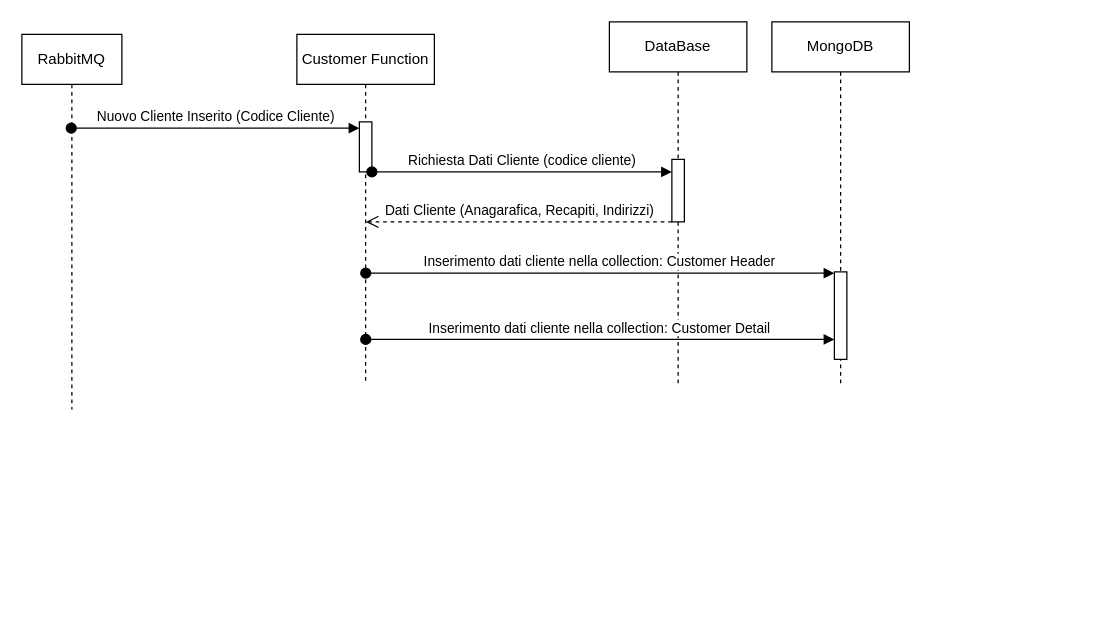
Earlier version of the draw.io diagram page "Azure Function - Nuovo Cliente" (9 of 14) of Documentazione/Tesi/Diagrammi/Architettura.drawio (speaking-codes/QuickApp). Source tidied: cells renumbered, new cells numbered last; positions are measured from the earlier drawing's top-left corner, leaving out a move shared by most shapes. Both pictures are drawn from the tidied source at 125%, with x=0, y=0 at pixel (21, 21).
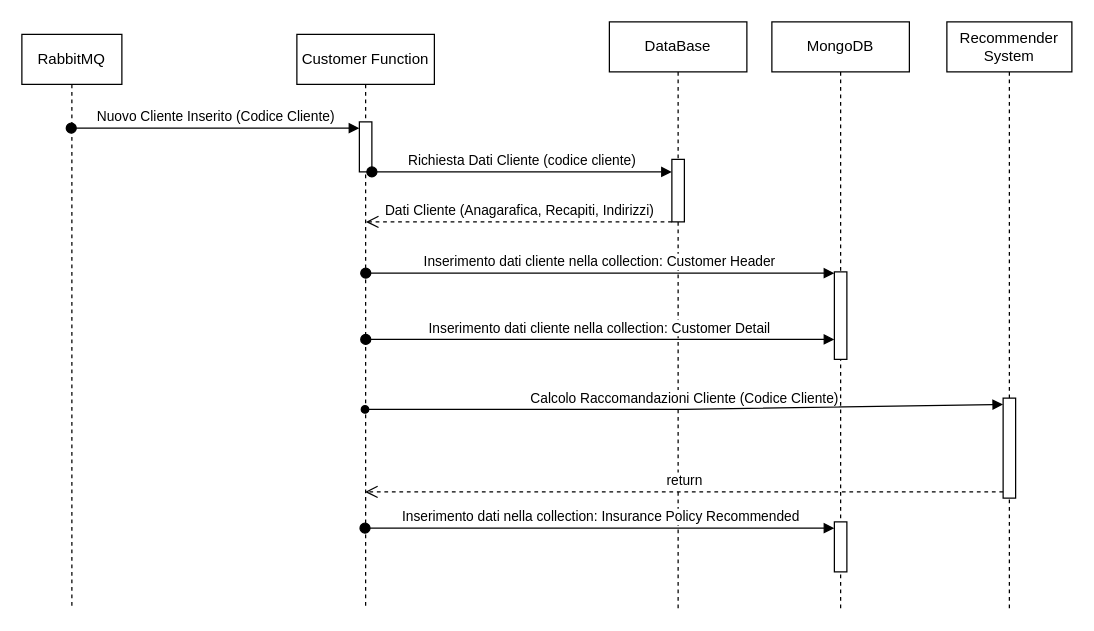
After the change.

What changed in the source:
```diff
@@
     <mxCell id="2" value="RabbitMQ" style="shape=umlLifeline;perimeter=lifelinePerimeter;whiteSpace=wrap;html=1;outlineConnect=0;portConstraint=eastwest;newEdgeStyle={&quot;curved&quot;:0,&quot;rounded&quot;:0};" parent="1" vertex="1">
-      <mxGeometry y="10" width="80" height="300" as="geometry" />
+      <mxGeometry y="10" width="80" height="460" as="geometry" />
     </mxCell>
     <mxCell id="3" value="Customer Function" style="shape=umlLifeline;perimeter=lifelinePerimeter;whiteSpace=wrap;html=1;outlineConnect=0;portConstraint=eastwest;newEdgeStyle={&quot;curved&quot;:0,&quot;rounded&quot;:0};" parent="1" vertex="1">
-      <mxGeometry x="220" y="10" width="110" height="280" as="geometry" />
+      <mxGeometry x="220" y="10" width="110" height="460" as="geometry" />
     </mxCell>
@@
     <mxCell id="6" value="DataBase" style="shape=umlLifeline;perimeter=lifelinePerimeter;whiteSpace=wrap;html=1;newEdgeStyle={&quot;curved&quot;:0,&quot;rounded&quot;:0};" parent="1" vertex="1">
-      <mxGeometry x="470" width="110" height="290" as="geometry" />
+      <mxGeometry x="470" width="110" height="470" as="geometry" />
     </mxCell>
@@
     <mxCell id="10" value="MongoDB" style="shape=umlLifeline;perimeter=lifelinePerimeter;whiteSpace=wrap;html=1;newEdgeStyle={&quot;curved&quot;:0,&quot;rounded&quot;:0};" parent="1" vertex="1">
-      <mxGeometry x="600" width="110" height="290" as="geometry" />
+      <mxGeometry x="600" width="110" height="470" as="geometry" />
     </mxCell>
@@
+    <mxCell id="14" style="html=1;points=[[0,0,0,0,5],[0,1,0,0,-5],[1,0,0,0,5],[1,1,0,0,-5]];perimeter=orthogonalPerimeter;outlineConnect=0;targetShapes=umlLifeline;portConstraint=eastwest;newEdgeStyle={&quot;curved&quot;:0,&quot;rounded&quot;:0};" parent="10" vertex="1">
+      <mxGeometry x="50" y="400" width="10" height="40" as="geometry" />
+    </mxCell>
@@
+    <mxCell id="15" value="Recommender&lt;br&gt;System" style="shape=umlLifeline;perimeter=lifelinePerimeter;whiteSpace=wrap;html=1;newEdgeStyle={&quot;curved&quot;:0,&quot;rounded&quot;:0};" parent="1" vertex="1">
+      <mxGeometry x="740" width="100" height="470" as="geometry" />
+    </mxCell>
+    <mxCell id="16" style="html=1;points=[[0,0,0,0,5],[0,1,0,0,-5],[1,0,0,0,5],[1,1,0,0,-5]];perimeter=orthogonalPerimeter;outlineConnect=0;targetShapes=umlLifeline;portConstraint=eastwest;newEdgeStyle={&quot;curved&quot;:0,&quot;rounded&quot;:0};" parent="15" vertex="1">
+      <mxGeometry x="45" y="301" width="10" height="80" as="geometry" />
+    </mxCell>
+    <mxCell id="17" value="Calcolo Raccomandazioni Cliente (Codice Cliente)" style="html=1;verticalAlign=bottom;endArrow=block;curved=0;rounded=0;entryX=0;entryY=0;entryDx=0;entryDy=5;startArrow=oval;startFill=1;" parent="1" edge="1" source="3" target="16">
+      <mxGeometry relative="1" as="geometry">
+        <Array as="points">
+          <mxPoint x="530" y="310" />
+        </Array>
+      </mxGeometry>
+    </mxCell>
+    <mxCell id="18" value="return" style="html=1;verticalAlign=bottom;endArrow=open;dashed=1;endSize=8;curved=0;rounded=0;exitX=0;exitY=1;exitDx=0;exitDy=-5;" parent="1" edge="1" source="16" target="3">
+      <mxGeometry relative="1" as="geometry" />
+    </mxCell>
+    <mxCell id="19" value="Inserimento dati nella collection: Insurance Policy Recommended" style="html=1;verticalAlign=bottom;startArrow=oval;endArrow=block;startSize=8;curved=0;rounded=0;entryX=0;entryY=0;entryDx=0;entryDy=5;" parent="1" edge="1" source="3" target="14">
+      <mxGeometry relative="1" as="geometry" />
+    </mxCell>
```
